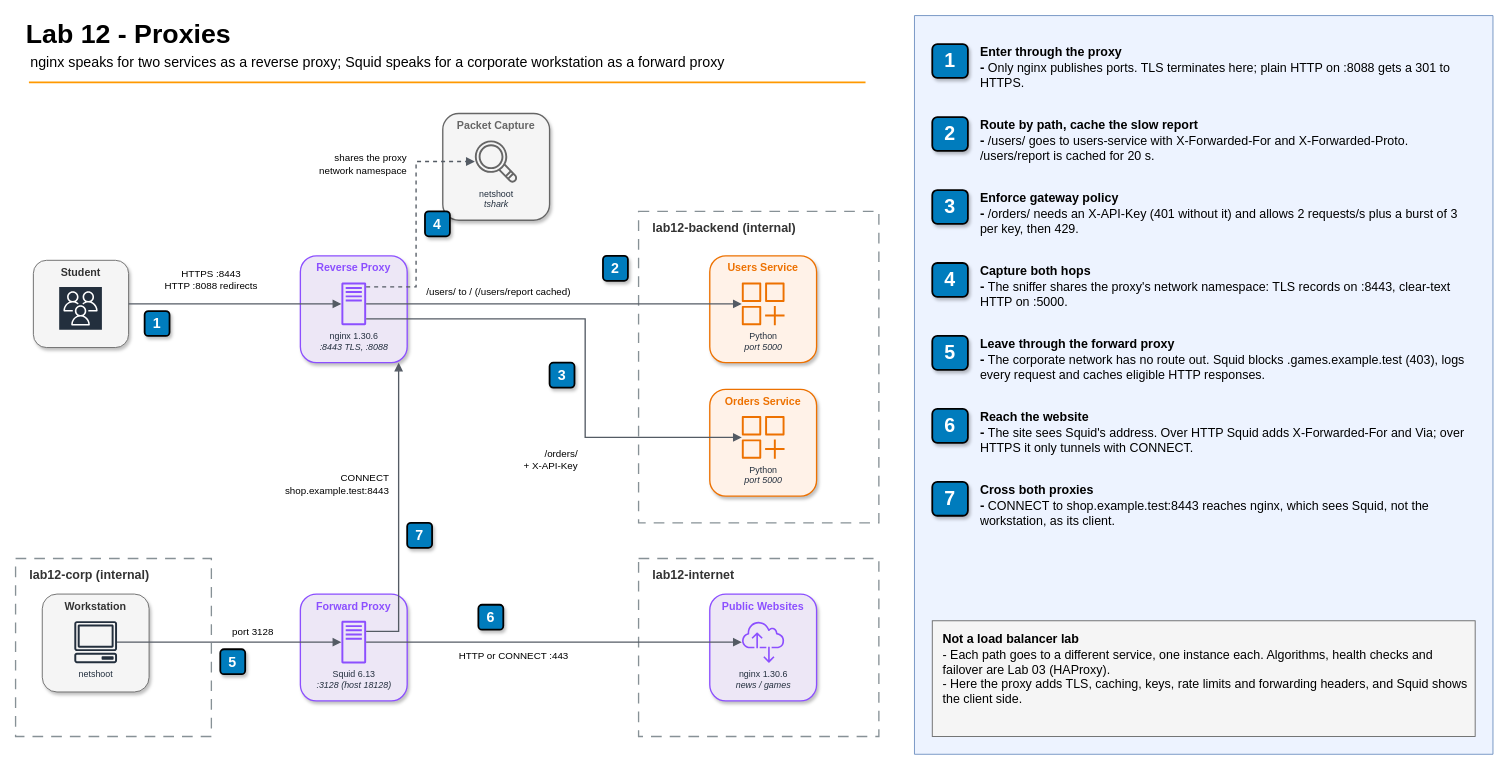
Before: 12-proxies/diagrams/lab12-architecture.drawio in gamaware/system-design-course, a draw.io diagram. Source tidied: cells renumbered, new cells numbered last; positions are measured from the earlier drawing's top-left corner, leaving out a move shared by most shapes. Both pictures are drawn from the tidied source at 89%, with x=0, y=0 at pixel (15, 15). Pictures stored in the file or linked from it are replaced by grey dashed boxes.
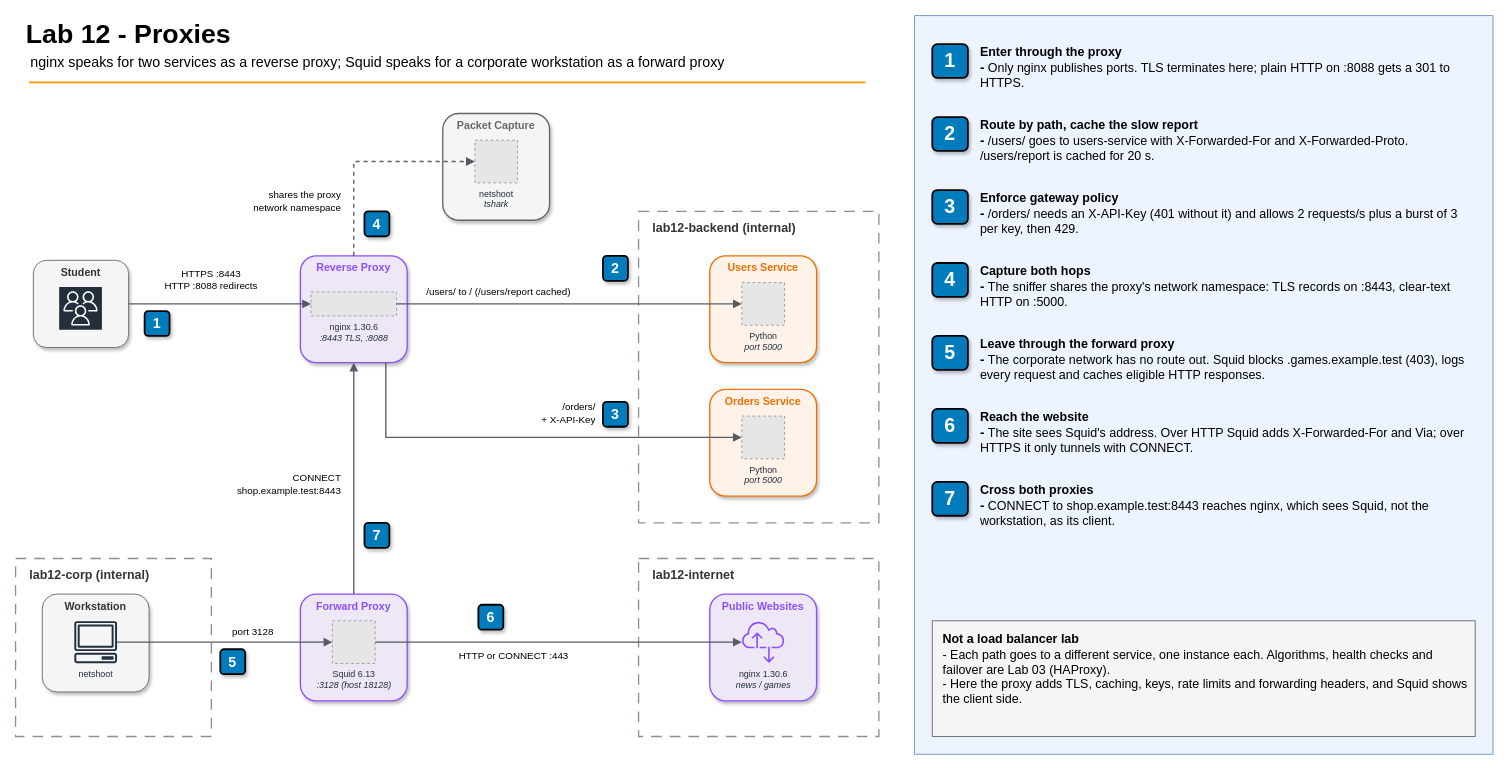
The same diagram, later.

Unchanged cells that the change refers to:
```xml
<mxCell id="11" value="Reverse Proxy" style="rounded=1;html=1;whiteSpace=wrap;verticalAlign=top;fontStyle=1;fontSize=12;shadow=1;fillColor=#EDE7F6;strokeColor=#8C4FFF;fontColor=#8C4FFF;strokeWidth=1.5;fontFamily=Helvetica;" parent="1" vertex="1">
  <mxGeometry x="320" y="270" width="120" height="120" as="geometry" />
</mxCell>
<mxCell id="13" value="Packet Capture" style="rounded=1;html=1;whiteSpace=wrap;verticalAlign=top;fontStyle=1;fontSize=12;shadow=1;fillColor=#F5F5F5;strokeColor=#666666;fontColor=#666666;strokeWidth=1.5;fontFamily=Helvetica;" parent="1" vertex="1">
  <mxGeometry x="480" y="110" width="120" height="120" as="geometry" />
</mxCell>
<mxCell id="15" value="Users Service" style="rounded=1;html=1;whiteSpace=wrap;verticalAlign=top;fontStyle=1;fontSize=12;shadow=1;fillColor=#FFF2E8;strokeColor=#ED7100;fontColor=#ED7100;strokeWidth=1.5;fontFamily=Helvetica;" parent="1" vertex="1">
  <mxGeometry x="780" y="270" width="120" height="120" as="geometry" />
</mxCell>
<mxCell id="17" value="Orders Service" style="rounded=1;html=1;whiteSpace=wrap;verticalAlign=top;fontStyle=1;fontSize=12;shadow=1;fillColor=#FFF2E8;strokeColor=#ED7100;fontColor=#ED7100;strokeWidth=1.5;fontFamily=Helvetica;" parent="1" vertex="1">
  <mxGeometry x="780" y="420" width="120" height="120" as="geometry" />
</mxCell>
<mxCell id="21" value="Forward Proxy" style="rounded=1;html=1;whiteSpace=wrap;verticalAlign=top;fontStyle=1;fontSize=12;shadow=1;fillColor=#EDE7F6;strokeColor=#8C4FFF;fontColor=#8C4FFF;strokeWidth=1.5;fontFamily=Helvetica;" parent="1" vertex="1">
  <mxGeometry x="320" y="650" width="120" height="120" as="geometry" />
</mxCell>
```

Change to the diagram source:
```diff
@@
-    <mxCell id="12" value="nginx 1.30.6&lt;div&gt;&lt;i&gt;:8443 TLS, :8088&lt;/i&gt;&lt;/div&gt;" style="sketch=0;outlineConnect=0;fontColor=#232F3E;gradientColor=none;fillColor=#8C4FFF;strokeColor=none;dashed=0;verticalLabelPosition=bottom;verticalAlign=top;align=center;html=1;fontSize=10;fontStyle=0;shape=mxgraph.aws4.traditional_server;fontFamily=Helvetica;" parent="11" vertex="1">
-      <mxGeometry x="36" y="30" width="48" height="48" as="geometry" />
+    <mxCell id="12" value="nginx 1.30.6&lt;div&gt;&lt;i&gt;:8443 TLS, :8088&lt;/i&gt;&lt;/div&gt;" style="fillColor=#E6E6E6;strokeColor=#999999;dashed=1;verticalLabelPosition=bottom;verticalAlign=top;align=center;html=1;labelBackgroundColor=none;fontSize=10;fontColor=#232F3E;fontFamily=Helvetica;" parent="11" vertex="1">
+      <mxGeometry x="12" y="40.5" width="96" height="27" as="geometry" />
     </mxCell>
@@
-    <mxCell id="14" value="netshoot&lt;div&gt;&lt;i&gt;tshark&lt;/i&gt;&lt;/div&gt;" style="sketch=0;outlineConnect=0;fontColor=#232F3E;gradientColor=none;fillColor=#666666;strokeColor=none;dashed=0;verticalLabelPosition=bottom;verticalAlign=top;align=center;html=1;fontSize=10;fontStyle=0;shape=mxgraph.aws4.magnifying_glass;fontFamily=Helvetica;" parent="13" vertex="1">
+    <mxCell id="14" value="netshoot&lt;div&gt;&lt;i&gt;tshark&lt;/i&gt;&lt;/div&gt;" style="fillColor=#E6E6E6;strokeColor=#999999;dashed=1;verticalLabelPosition=bottom;verticalAlign=top;align=center;html=1;labelBackgroundColor=none;fontSize=10;fontColor=#232F3E;fontFamily=Helvetica;" parent="13" vertex="1">
       <mxGeometry x="36" y="30" width="48" height="48" as="geometry" />
     </mxCell>
@@
-    <mxCell id="16" value="Python&lt;div&gt;&lt;i&gt;port 5000&lt;/i&gt;&lt;/div&gt;" style="sketch=0;outlineConnect=0;fontColor=#232F3E;gradientColor=none;fillColor=#ED7100;strokeColor=none;dashed=0;verticalLabelPosition=bottom;verticalAlign=top;align=center;html=1;fontSize=10;fontStyle=0;shape=mxgraph.aws4.generic_application;fontFamily=Helvetica;" parent="15" vertex="1">
+    <mxCell id="16" value="Python&lt;div&gt;&lt;i&gt;port 5000&lt;/i&gt;&lt;/div&gt;" style="fillColor=#E6E6E6;strokeColor=#999999;dashed=1;verticalLabelPosition=bottom;verticalAlign=top;align=center;html=1;labelBackgroundColor=none;fontSize=10;fontColor=#232F3E;fontFamily=Helvetica;" parent="15" vertex="1">
       <mxGeometry x="36" y="30" width="48" height="48" as="geometry" />
     </mxCell>
@@
-    <mxCell id="18" value="Python&lt;div&gt;&lt;i&gt;port 5000&lt;/i&gt;&lt;/div&gt;" style="sketch=0;outlineConnect=0;fontColor=#232F3E;gradientColor=none;fillColor=#ED7100;strokeColor=none;dashed=0;verticalLabelPosition=bottom;verticalAlign=top;align=center;html=1;fontSize=10;fontStyle=0;shape=mxgraph.aws4.generic_application;fontFamily=Helvetica;" parent="17" vertex="1">
+    <mxCell id="18" value="Python&lt;div&gt;&lt;i&gt;port 5000&lt;/i&gt;&lt;/div&gt;" style="fillColor=#E6E6E6;strokeColor=#999999;dashed=1;verticalLabelPosition=bottom;verticalAlign=top;align=center;html=1;labelBackgroundColor=none;fontSize=10;fontColor=#232F3E;fontFamily=Helvetica;" parent="17" vertex="1">
       <mxGeometry x="36" y="30" width="48" height="48" as="geometry" />
     </mxCell>
@@
-    <mxCell id="22" value="Squid 6.13&lt;div&gt;&lt;i&gt;:3128 (host 18128)&lt;/i&gt;&lt;/div&gt;" style="sketch=0;outlineConnect=0;fontColor=#232F3E;gradientColor=none;fillColor=#8C4FFF;strokeColor=none;dashed=0;verticalLabelPosition=bottom;verticalAlign=top;align=center;html=1;fontSize=10;fontStyle=0;shape=mxgraph.aws4.traditional_server;fontFamily=Helvetica;" parent="21" vertex="1">
+    <mxCell id="22" value="Squid 6.13&lt;div&gt;&lt;i&gt;:3128 (host 18128)&lt;/i&gt;&lt;/div&gt;" style="fillColor=#E6E6E6;strokeColor=#999999;dashed=1;verticalLabelPosition=bottom;verticalAlign=top;align=center;html=1;labelBackgroundColor=none;fontSize=10;fontColor=#232F3E;fontFamily=Helvetica;" parent="21" vertex="1">
       <mxGeometry x="36" y="30" width="48" height="48" as="geometry" />
     </mxCell>
@@
-    <mxCell id="27" style="edgeStyle=orthogonalEdgeStyle;rounded=0;jettySize=auto;html=1;endArrow=block;endFill=1;strokeWidth=1.5;strokeColor=light-dark(#545B64,#D4D4D4);fontFamily=Helvetica;exitX=1;exitY=0.85;exitDx=0;exitDy=0;entryX=0;entryY=0.5;entryDx=0;entryDy=0;" parent="1" edge="1" source="12" target="18">
-      <mxGeometry relative="1" as="geometry">
-        <Array as="points">
-          <mxPoint x="640" y="341" />
-          <mxPoint x="640" y="474" />
-        </Array>
-      </mxGeometry>
+    <mxCell id="27" style="edgeStyle=orthogonalEdgeStyle;rounded=0;jettySize=auto;html=1;endArrow=block;endFill=1;strokeWidth=1.5;strokeColor=light-dark(#545B64,#D4D4D4);fontFamily=Helvetica;exitX=0.8;exitY=1;exitDx=0;exitDy=0;entryX=0;entryY=0.5;entryDx=0;entryDy=0;jumpStyle=arc;jumpSize=10;" parent="1" edge="1" source="11" target="18">
+      <mxGeometry relative="1" as="geometry" />
     </mxCell>
-    <mxCell id="28" style="edgeStyle=orthogonalEdgeStyle;rounded=0;jettySize=auto;html=1;endArrow=block;endFill=1;strokeWidth=1.5;strokeColor=light-dark(#545B64,#D4D4D4);fontFamily=Helvetica;exitX=1;exitY=0.1;exitDx=0;exitDy=0;entryX=0;entryY=0.5;entryDx=0;entryDy=0;dashed=1;" parent="1" edge="1" source="12" target="14">
-      <mxGeometry relative="1" as="geometry">
-        <Array as="points">
-          <mxPoint x="450" y="305" />
-          <mxPoint x="450" y="164" />
-        </Array>
-      </mxGeometry>
+    <mxCell id="28" style="edgeStyle=orthogonalEdgeStyle;rounded=0;jettySize=auto;html=1;endArrow=block;endFill=1;strokeWidth=1.5;strokeColor=light-dark(#545B64,#D4D4D4);fontFamily=Helvetica;exitX=0.5;exitY=0;exitDx=0;exitDy=0;entryX=0;entryY=0.5;entryDx=0;entryDy=0;dashed=1;jumpStyle=arc;jumpSize=10;" parent="1" edge="1" source="11" target="14">
+      <mxGeometry relative="1" as="geometry" />
     </mxCell>
@@
-    <mxCell id="31" style="edgeStyle=orthogonalEdgeStyle;rounded=0;jettySize=auto;html=1;endArrow=block;endFill=1;strokeWidth=1.5;strokeColor=light-dark(#545B64,#D4D4D4);fontFamily=Helvetica;exitX=1;exitY=0.25;exitDx=0;exitDy=0;entryX=0.92;entryY=1;entryDx=0;entryDy=0;" parent="1" edge="1" source="22" target="11">
-      <mxGeometry relative="1" as="geometry">
-        <Array as="points">
-          <mxPoint x="430" y="692" />
-        </Array>
-      </mxGeometry>
+    <mxCell id="31" style="edgeStyle=orthogonalEdgeStyle;rounded=0;jettySize=auto;html=1;endArrow=block;endFill=1;strokeWidth=1.5;strokeColor=light-dark(#545B64,#D4D4D4);fontFamily=Helvetica;exitX=0.5;exitY=0;exitDx=0;exitDy=0;entryX=0.5;entryY=1;entryDx=0;entryDy=0;jumpStyle=arc;jumpSize=10;" parent="1" edge="1" source="21" target="11">
+      <mxGeometry relative="1" as="geometry" />
     </mxCell>
@@
     <mxCell id="34" value="/orders/&lt;br&gt;+ X-API-Key" style="text;html=1;whiteSpace=wrap;strokeColor=none;fillColor=none;align=center;verticalAlign=middle;fontSize=11;labelBackgroundColor=none;fontFamily=Helvetica;align=right;" parent="1" vertex="1">
-      <mxGeometry x="546" y="482" width="88" height="34" as="geometry" />
+      <mxGeometry x="554" y="430" width="100" height="34" as="geometry" />
     </mxCell>
     <mxCell id="35" value="shares the proxy&lt;br&gt;network namespace" style="text;html=1;whiteSpace=wrap;strokeColor=none;fillColor=none;align=center;verticalAlign=middle;fontSize=11;labelBackgroundColor=none;fontFamily=Helvetica;align=right;" parent="1" vertex="1">
-      <mxGeometry x="330" y="150" width="112" height="34" as="geometry" />
+      <mxGeometry x="256" y="192" width="112" height="34" as="geometry" />
     </mxCell>
@@
     <mxCell id="38" value="CONNECT&lt;br&gt;shop.example.test:8443" style="text;html=1;whiteSpace=wrap;strokeColor=none;fillColor=none;align=center;verticalAlign=middle;fontSize=11;labelBackgroundColor=none;fontFamily=Helvetica;align=right;" parent="1" vertex="1">
-      <mxGeometry x="250" y="510" width="172" height="34" as="geometry" />
+      <mxGeometry x="196" y="510" width="172" height="34" as="geometry" />
     </mxCell>
@@
     <mxCell id="41" value="3" style="rounded=1;whiteSpace=wrap;html=1;fillColor=#007CBD;strokeColor=default;fontColor=#FFFFFF;fontStyle=1;fontSize=16;shadow=1;glass=0;strokeWidth=2;align=center;verticalAlign=middle;labelBackgroundColor=none;fontFamily=Helvetica;" parent="1" vertex="1">
-      <mxGeometry x="600" y="390" width="28" height="28" as="geometry" />
+      <mxGeometry x="660" y="434" width="28" height="28" as="geometry" />
     </mxCell>
     <mxCell id="42" value="4" style="rounded=1;whiteSpace=wrap;html=1;fillColor=#007CBD;strokeColor=default;fontColor=#FFFFFF;fontStyle=1;fontSize=16;shadow=1;glass=0;strokeWidth=2;align=center;verticalAlign=middle;labelBackgroundColor=none;fontFamily=Helvetica;" parent="1" vertex="1">
-      <mxGeometry x="460" y="220" width="28" height="28" as="geometry" />
+      <mxGeometry x="392" y="220" width="28" height="28" as="geometry" />
     </mxCell>
@@
     <mxCell id="45" value="7" style="rounded=1;whiteSpace=wrap;html=1;fillColor=#007CBD;strokeColor=default;fontColor=#FFFFFF;fontStyle=1;fontSize=16;shadow=1;glass=0;strokeWidth=2;align=center;verticalAlign=middle;labelBackgroundColor=none;fontFamily=Helvetica;" parent="1" vertex="1">
-      <mxGeometry x="440" y="570" width="28" height="28" as="geometry" />
+      <mxGeometry x="392" y="570" width="28" height="28" as="geometry" />
     </mxCell>
```
